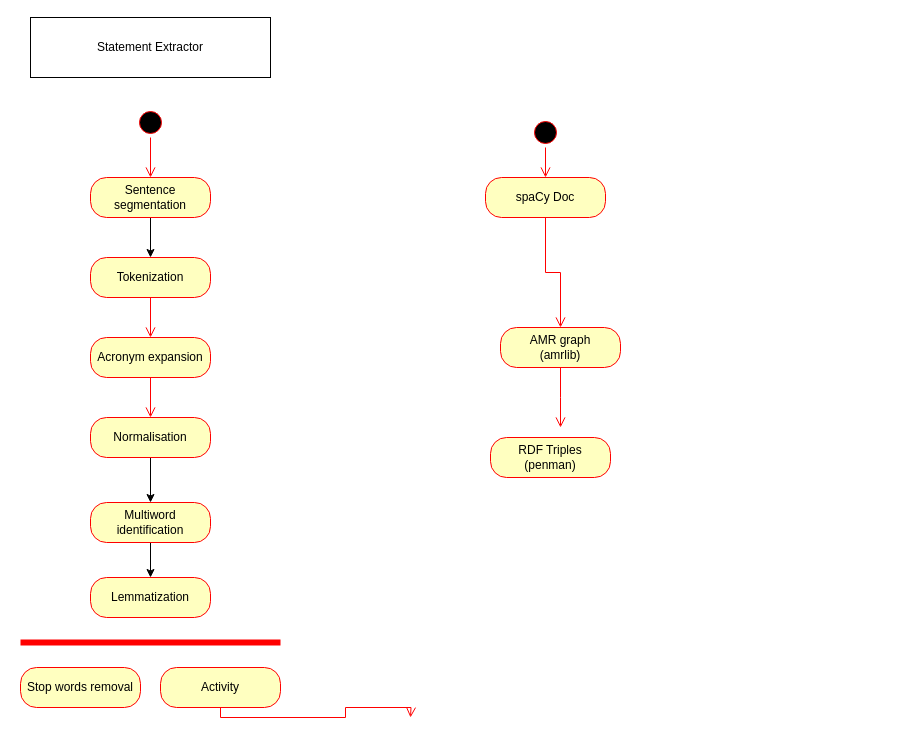
The draw.io diagram page "Page-2" (2 of 2) of ApproachActivityDiagram.drawio in cTremel/Scientific-Knowledge-fit-for-Society, before the edit. Source tidied: cells renumbered, new cells numbered last; positions are measured from the earlier drawing's top-left corner, leaving out a move shared by most shapes. Both pictures are drawn from the tidied source at 100%, with x=0, y=0 at pixel (20, 17).
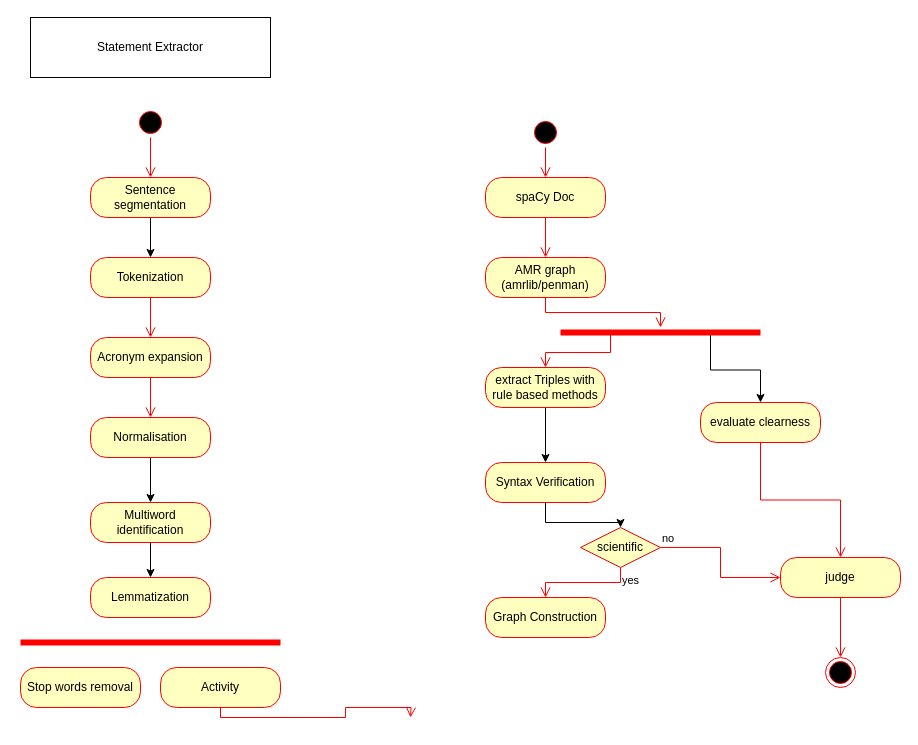
The same page after the edit.

Diff of the diagram source:
```diff
@@
-    <mxCell id="24" value="AMR graph&lt;br&gt;(amrlib)" style="rounded=1;whiteSpace=wrap;html=1;arcSize=40;fontColor=#000000;fillColor=#ffffc0;strokeColor=#ff0000;" parent="1" vertex="1">
-      <mxGeometry x="480" y="310" width="120" height="40" as="geometry" />
+    <mxCell id="24" value="AMR graph&lt;br&gt;(amrlib/penman)" style="rounded=1;whiteSpace=wrap;html=1;arcSize=40;fontColor=#000000;fillColor=#ffffc0;strokeColor=#ff0000;" parent="1" vertex="1">
+      <mxGeometry x="465" y="240" width="120" height="40" as="geometry" />
     </mxCell>
-    <mxCell id="25" style="edgeStyle=orthogonalEdgeStyle;html=1;verticalAlign=bottom;endArrow=open;endSize=8;strokeColor=#ff0000;rounded=0;" parent="1" edge="1" source="24">
-      <mxGeometry relative="1" as="geometry">
-        <mxPoint x="540" y="410" as="targetPoint" />
-      </mxGeometry>
+    <mxCell id="25" style="edgeStyle=orthogonalEdgeStyle;html=1;verticalAlign=bottom;endArrow=open;endSize=8;strokeColor=#ff0000;rounded=0;" parent="1" edge="1" source="24" target="32">
+      <mxGeometry relative="1" as="geometry" />
     </mxCell>
+    <mxCell id="27" style="edgeStyle=orthogonalEdgeStyle;rounded=0;jettySize=auto;html=1;" parent="1" edge="1" source="26" target="29">
+      <mxGeometry relative="1" as="geometry" />
+    </mxCell>
-    <mxCell id="26" value="RDF Triples&lt;br&gt;(penman)" style="rounded=1;whiteSpace=wrap;html=1;arcSize=40;fontColor=#000000;fillColor=#ffffc0;strokeColor=#ff0000;" parent="1" vertex="1">
-      <mxGeometry x="470" y="420" width="120" height="40" as="geometry" />
+    <mxCell id="26" value="extract Triples with rule based methods" style="rounded=1;whiteSpace=wrap;html=1;arcSize=40;fontColor=#000000;fillColor=#ffffc0;strokeColor=#ff0000;" parent="1" vertex="1">
+      <mxGeometry x="465" y="350" width="120" height="40" as="geometry" />
     </mxCell>
+    <mxCell id="28" style="edgeStyle=orthogonalEdgeStyle;rounded=0;jettySize=auto;html=1;exitX=0.5;exitY=1;exitDx=0;exitDy=0;entryX=0.5;entryY=0;entryDx=0;entryDy=0;" parent="1" edge="1" source="29" target="36">
+      <mxGeometry relative="1" as="geometry" />
+    </mxCell>
+    <mxCell id="29" value="Syntax Verification" style="rounded=1;whiteSpace=wrap;html=1;arcSize=40;fontColor=#000000;fillColor=#ffffc0;strokeColor=#ff0000;" parent="1" vertex="1">
+      <mxGeometry x="465" y="445" width="120" height="40" as="geometry" />
+    </mxCell>
+    <mxCell id="30" value="Graph Construction" style="rounded=1;whiteSpace=wrap;html=1;arcSize=40;fontColor=#000000;fillColor=#ffffc0;strokeColor=#ff0000;" parent="1" vertex="1">
+      <mxGeometry x="465" y="580" width="120" height="40" as="geometry" />
+    </mxCell>
+    <mxCell id="31" style="edgeStyle=orthogonalEdgeStyle;rounded=0;jettySize=auto;html=1;exitX=0.75;exitY=0.5;exitDx=0;exitDy=0;exitPerimeter=0;entryX=0.5;entryY=0;entryDx=0;entryDy=0;" parent="1" edge="1" source="32" target="34">
+      <mxGeometry relative="1" as="geometry" />
+    </mxCell>
+    <mxCell id="32" style="shape=line;html=1;strokeWidth=6;strokeColor=#ff0000;" parent="1" vertex="1">
+      <mxGeometry x="540" y="310" width="200" height="10" as="geometry" />
+    </mxCell>
+    <mxCell id="33" style="edgeStyle=orthogonalEdgeStyle;html=1;verticalAlign=bottom;endArrow=open;endSize=8;strokeColor=#ff0000;rounded=0;exitX=0.25;exitY=0.5;exitDx=0;exitDy=0;exitPerimeter=0;" parent="1" edge="1" source="32" target="26">
+      <mxGeometry relative="1" as="geometry" />
+    </mxCell>
+    <mxCell id="34" value="evaluate clearness" style="rounded=1;whiteSpace=wrap;html=1;arcSize=40;fontColor=#000000;fillColor=#ffffc0;strokeColor=#ff0000;" parent="1" vertex="1">
+      <mxGeometry x="680" y="385" width="120" height="40" as="geometry" />
+    </mxCell>
+    <mxCell id="35" style="edgeStyle=orthogonalEdgeStyle;html=1;verticalAlign=bottom;endArrow=open;endSize=8;strokeColor=#ff0000;rounded=0;exitX=0.5;exitY=1;exitDx=0;exitDy=0;entryX=0.5;entryY=0;entryDx=0;entryDy=0;" parent="1" edge="1" source="34" target="40">
+      <mxGeometry relative="1" as="geometry" />
+    </mxCell>
+    <mxCell id="36" value="scientific" style="rhombus;whiteSpace=wrap;html=1;fontColor=#000000;fillColor=#ffffc0;strokeColor=#ff0000;" parent="1" vertex="1">
+      <mxGeometry x="560" y="510" width="80" height="40" as="geometry" />
+    </mxCell>
+    <mxCell id="37" value="no" style="edgeStyle=orthogonalEdgeStyle;html=1;align=left;verticalAlign=bottom;endArrow=open;endSize=8;strokeColor=#ff0000;rounded=0;" parent="1" edge="1" source="36" target="40">
+      <mxGeometry x="-1" relative="1" as="geometry" />
+    </mxCell>
+    <mxCell id="38" value="yes" style="edgeStyle=orthogonalEdgeStyle;html=1;align=left;verticalAlign=top;endArrow=open;endSize=8;strokeColor=#ff0000;rounded=0;" parent="1" edge="1" source="36" target="30">
+      <mxGeometry x="-1" relative="1" as="geometry" />
+    </mxCell>
+    <mxCell id="39" style="ellipse;html=1;shape=endState;fillColor=#000000;strokeColor=#ff0000;" parent="1" vertex="1">
+      <mxGeometry x="805" y="640" width="30" height="30" as="geometry" />
+    </mxCell>
+    <mxCell id="40" value="judge" style="rounded=1;whiteSpace=wrap;html=1;arcSize=40;fontColor=#000000;fillColor=#ffffc0;strokeColor=#ff0000;" parent="1" vertex="1">
+      <mxGeometry x="760" y="540" width="120" height="40" as="geometry" />
+    </mxCell>
+    <mxCell id="41" style="edgeStyle=orthogonalEdgeStyle;html=1;verticalAlign=bottom;endArrow=open;endSize=8;strokeColor=#ff0000;rounded=0;entryX=0.5;entryY=0;entryDx=0;entryDy=0;" parent="1" edge="1" source="40" target="39">
+      <mxGeometry relative="1" as="geometry" />
+    </mxCell>
```
